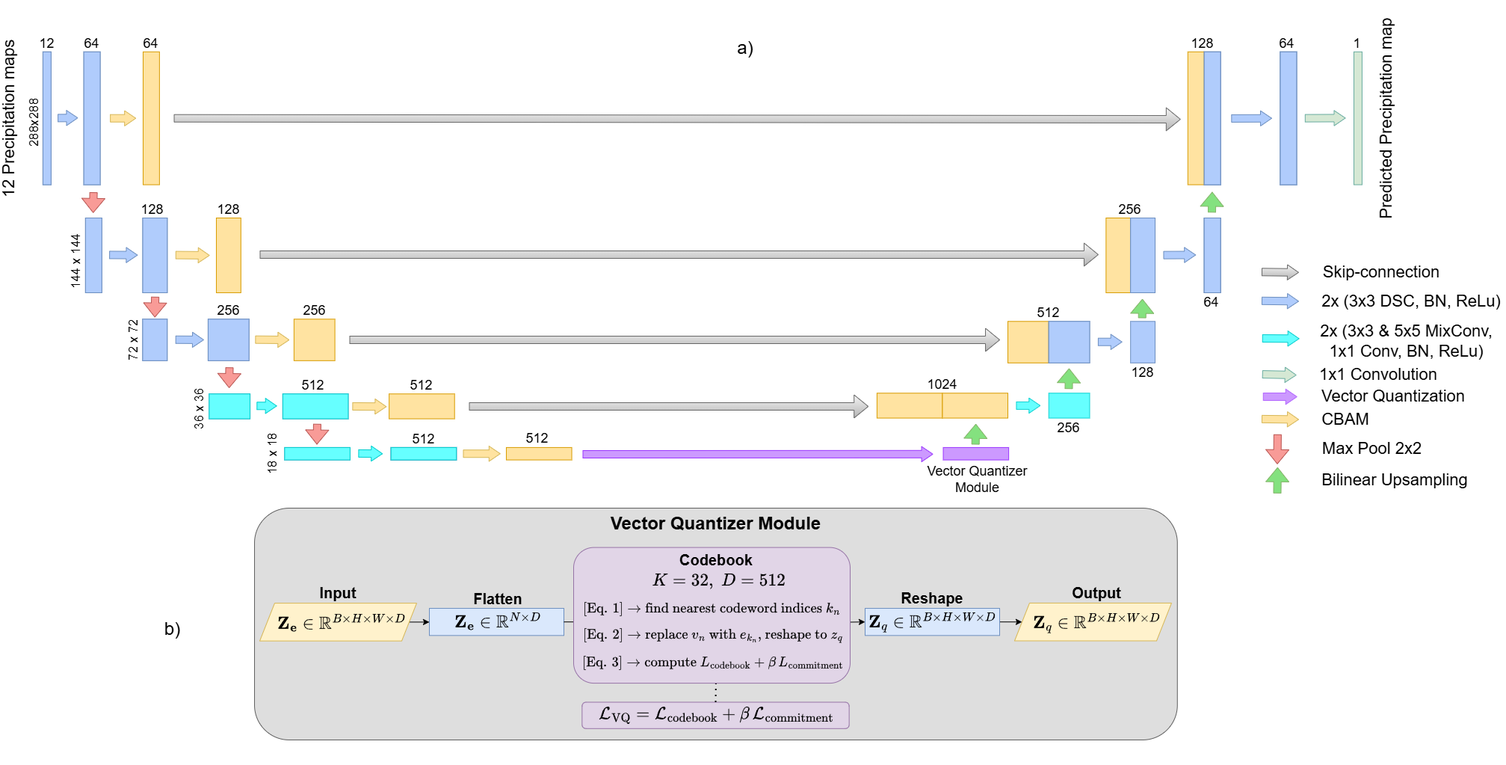
Before: SMiQ-UNet/Images/SMiQ-UNet-v5-white.png, a diagram exported from draw.io (nstavr04/MasterThesisSnellius). Source tidied: cells renumbered, new cells last; positions are measured from the earlier drawing's top-left corner, leaving out a move shared by most shapes.
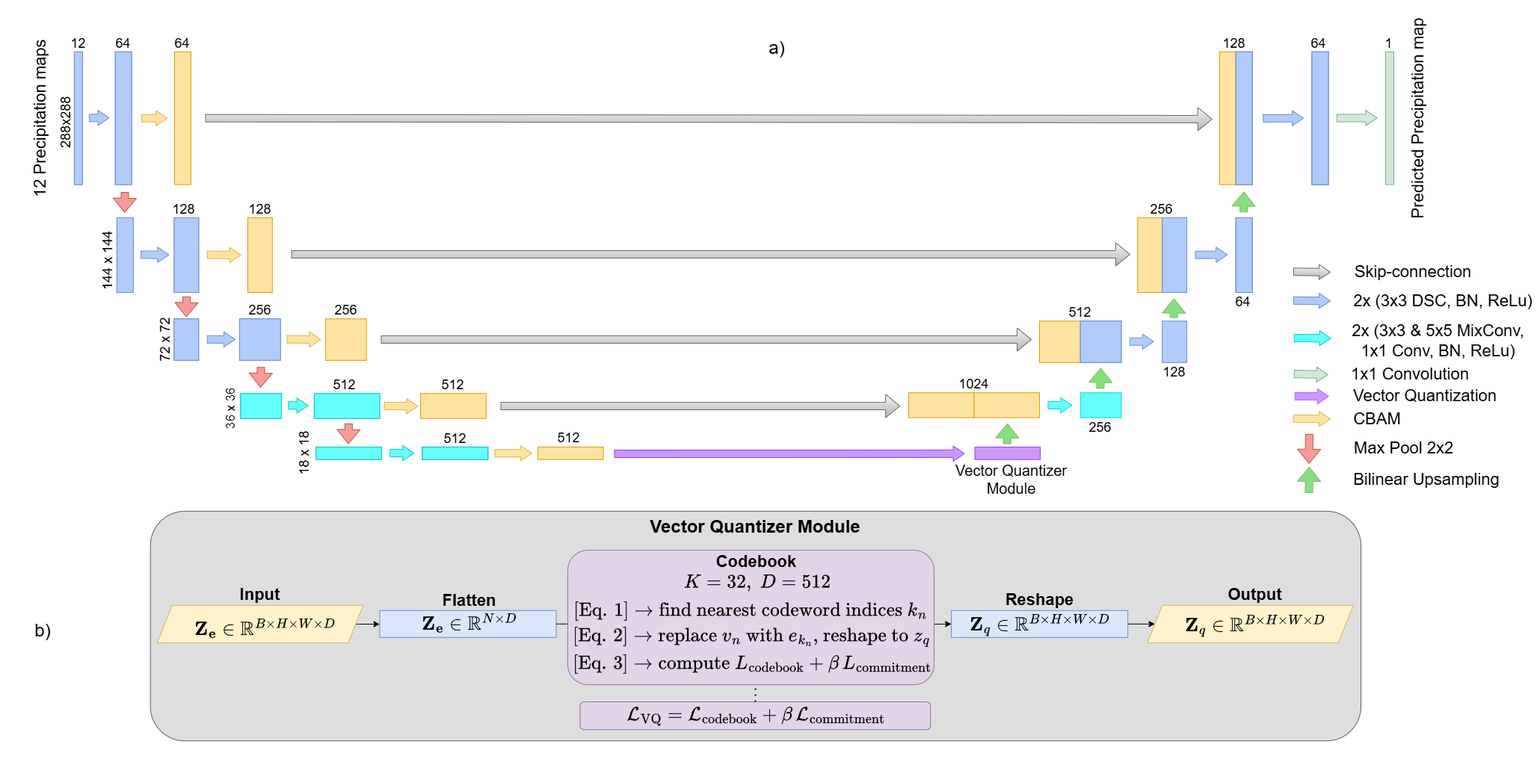
Above is the later version.

The edit, as a diff of the source:
```diff
@@ -43,6 +43,6 @@
     </mxCell>
-    <mxCell id="15" value="&lt;font style=&quot;font-size: 17px;&quot;&gt;144 x 144&lt;/font&gt;" style="text;html=1;strokeColor=none;fillColor=none;align=center;verticalAlign=middle;whiteSpace=wrap;rounded=0;rotation=-90;fontSize=15;" parent="2" vertex="1">
+    <mxCell id="15" value="&lt;font style=&quot;font-size: 18px;&quot;&gt;144 x 144&lt;/font&gt;" style="text;html=1;strokeColor=none;fillColor=none;align=center;verticalAlign=middle;whiteSpace=wrap;rounded=0;rotation=-90;fontSize=15;" parent="2" vertex="1">
       <mxGeometry x="59.3" y="329.6" width="87.6" height="11.1" as="geometry" />
     </mxCell>
-    <mxCell id="16" value="&lt;font style=&quot;font-size: 17px;&quot;&gt;72 x 72&lt;/font&gt;" style="text;html=1;strokeColor=none;fillColor=none;align=center;verticalAlign=middle;whiteSpace=wrap;rounded=0;rotation=-90;fontSize=15;" parent="2" vertex="1">
+    <mxCell id="16" value="&lt;font style=&quot;font-size: 18px;&quot;&gt;72 x 72&lt;/font&gt;" style="text;html=1;strokeColor=none;fillColor=none;align=center;verticalAlign=middle;whiteSpace=wrap;rounded=0;rotation=-90;fontSize=15;" parent="2" vertex="1">
       <mxGeometry x="135.9" y="435.6" width="87.6" height="11.1" as="geometry" />
@@ -52,3 +52,3 @@
     </mxCell>
-    <mxCell id="18" value="&lt;font style=&quot;font-size: 17px;&quot;&gt;18 x 18&lt;/font&gt;" style="text;html=1;strokeColor=none;fillColor=none;align=center;verticalAlign=middle;whiteSpace=wrap;rounded=0;rotation=-90;fontSize=15;" parent="2" vertex="1">
+    <mxCell id="18" value="&lt;font style=&quot;font-size: 18px;&quot;&gt;18 x 18&lt;/font&gt;" style="text;html=1;strokeColor=none;fillColor=none;align=center;verticalAlign=middle;whiteSpace=wrap;rounded=0;rotation=-90;fontSize=15;" parent="2" vertex="1">
       <mxGeometry x="322" y="587.5" width="87.6" height="11.1" as="geometry" />
@@ -280,4 +280,4 @@
     </mxCell>
-    <mxCell id="73" value="&lt;font style=&quot;font-size: 18px;&quot;&gt;Vector Quantizer Module&lt;/font&gt;" style="text;html=1;strokeColor=none;fillColor=none;align=center;verticalAlign=middle;whiteSpace=wrap;rounded=0;fontSize=16;" parent="2" vertex="1">
-      <mxGeometry x="1239" y="622.5" width="137.2" height="11.1" as="geometry" />
+    <mxCell id="73" value="&lt;font style=&quot;font-size: 20px;&quot;&gt;Vector Quantizer Module&lt;/font&gt;" style="text;html=1;strokeColor=none;fillColor=none;align=center;verticalAlign=middle;whiteSpace=wrap;rounded=0;fontSize=16;" parent="2" vertex="1">
+      <mxGeometry x="1230" y="622.5" width="161" height="11.1" as="geometry" />
     </mxCell>
@@ -292,3 +292,3 @@
     </mxCell>
-    <mxCell id="77" value="&lt;font style=&quot;font-size: 17px;&quot;&gt;288x288&lt;/font&gt;" style="text;html=1;strokeColor=none;fillColor=none;align=center;verticalAlign=middle;whiteSpace=wrap;rounded=0;rotation=-90;fontSize=15;strokeWidth=1;" parent="2" vertex="1">
+    <mxCell id="77" value="&lt;font style=&quot;font-size: 18px;&quot;&gt;288x288&lt;/font&gt;" style="text;html=1;strokeColor=none;fillColor=none;align=center;verticalAlign=middle;whiteSpace=wrap;rounded=0;rotation=-90;fontSize=15;strokeWidth=1;" parent="2" vertex="1">
       <mxGeometry x="2.4" y="144.5" width="87.6" height="11.1" as="geometry" />
@@ -485,15 +485,15 @@
     <mxCell id="126" style="group;" parent="1" vertex="1">
-      <mxGeometry x="334" y="646" width="1387.8" height="363" as="geometry" />
+      <mxGeometry x="114" y="646" width="1820" height="360" as="geometry" />
     </mxCell>
     <mxCell id="127" value="&lt;font style=&quot;font-size: 24px;&quot;&gt;b)&lt;/font&gt;" style="text;html=1;align=center;verticalAlign=middle;whiteSpace=wrap;rounded=0;" parent="126" vertex="1">
-      <mxGeometry y="156.7" width="87.2" height="49.5" as="geometry" />
+      <mxGeometry x="-9" y="160.5" width="114.3" height="49.1" as="geometry" />
     </mxCell>
     <mxCell id="128" style="rounded=1;whiteSpace=wrap;html=1;fillColor=light-dark(#dedede, #FF3333);strokeColor=light-dark(#5e5e5e, #eb8585);" parent="126" vertex="1">
-      <mxGeometry x="153" y="20" width="1234.7" height="310" as="geometry" />
+      <mxGeometry x="191.7" y="24.8" width="1619.3" height="307.4" as="geometry" />
     </mxCell>
     <mxCell id="129" value="&lt;span style=&quot;font-size: 24px;&quot;&gt;&lt;b&gt;Vector Quantizer Module&lt;/b&gt;&lt;/span&gt;" style="text;html=1;strokeColor=none;fillColor=none;align=center;verticalAlign=middle;whiteSpace=wrap;rounded=0;fontSize=16;" parent="126" vertex="1">
-      <mxGeometry x="588.8" y="23" width="363.2" height="35.8" as="geometry" />
+      <mxGeometry x="763.2" y="27.8" width="476.3" height="35.5" as="geometry" />
     </mxCell>
     <mxCell id="130" value="&lt;div&gt;&lt;br&gt;&lt;/div&gt;" style="rounded=1;whiteSpace=wrap;html=1;fillColor=#e1d5e7;strokeColor=#9673a6;" parent="126" vertex="1">
-      <mxGeometry x="591.3" y="279.5" width="357.3" height="35.3" as="geometry" />
+      <mxGeometry x="766.5" y="280" width="468.6" height="37.2" as="geometry" />
     </mxCell>
@@ -501,3 +501,3 @@
       <mxGeometry relative="1" as="geometry">
-        <mxPoint x="770.4" y="250.7" as="targetPoint" />
+        <mxPoint x="1001.4" y="253.6" as="targetPoint" />
       </mxGeometry>
@@ -508,24 +508,24 @@
     <mxCell id="133" value="&lt;div&gt;&lt;div&gt;&lt;br&gt;&lt;/div&gt;&lt;/div&gt;" style="shape=parallelogram;perimeter=parallelogramPerimeter;whiteSpace=wrap;html=1;fixedSize=1;fillColor=#fff2cc;strokeColor=#d6b656;" parent="126" vertex="1">
-      <mxGeometry x="160" y="147.1" width="210" height="50.5" as="geometry" />
+      <mxGeometry x="200.8" y="150.9" width="275.4" height="50.1" as="geometry" />
     </mxCell>
-    <mxCell id="134" value="&lt;b style=&quot;font-size: 20px;&quot;&gt;Input&lt;/b&gt;" style="text;html=1;align=center;verticalAlign=middle;whiteSpace=wrap;rounded=0;" parent="126" vertex="1">
-      <mxGeometry x="235" y="118.4" width="60" height="28.7" as="geometry" />
+    <mxCell id="134" value="&lt;b style=&quot;&quot;&gt;&lt;font style=&quot;font-size: 22px;&quot;&gt;Input&lt;/font&gt;&lt;/b&gt;" style="text;html=1;align=center;verticalAlign=middle;whiteSpace=wrap;rounded=0;" parent="126" vertex="1">
+      <mxGeometry x="299.2" y="122.5" width="78.7" height="28.4" as="geometry" />
     </mxCell>
-    <mxCell id="135" value="&lt;b style=&quot;font-size: 20px;&quot;&gt;Flatten&lt;/b&gt;" style="text;html=1;align=center;verticalAlign=middle;whiteSpace=wrap;rounded=0;" parent="126" vertex="1">
-      <mxGeometry x="448.5" y="126.4" width="60" height="28.7" as="geometry" />
+    <mxCell id="135" value="&lt;b style=&quot;&quot;&gt;&lt;font style=&quot;font-size: 22px;&quot;&gt;Flatten&lt;/font&gt;&lt;/b&gt;" style="text;html=1;align=center;verticalAlign=middle;whiteSpace=wrap;rounded=0;" parent="126" vertex="1">
+      <mxGeometry x="579.2" y="130.4" width="78.7" height="28.4" as="geometry" />
     </mxCell>
-    <mxCell id="136" value="&lt;br&gt;&lt;div&gt;&lt;div&gt;&lt;span style=&quot;font-size: 20px;&quot;&gt;\(\mathbf{Z_e}\in\mathbb{R}^{B\times H\times W\times D}\)&lt;/span&gt;&lt;/div&gt;&lt;div&gt;&lt;br&gt;&lt;/div&gt;&lt;/div&gt;" style="text;html=1;align=center;verticalAlign=middle;whiteSpace=wrap;rounded=0;" parent="126" vertex="1">
-      <mxGeometry x="240" y="160.2" width="60" height="27.2" as="geometry" />
+    <mxCell id="136" value="&lt;font style=&quot;font-size: 22px;&quot;&gt;&lt;br&gt;&lt;/font&gt;&lt;div&gt;&lt;div&gt;&lt;font style=&quot;font-size: 22px;&quot;&gt;\(\mathbf{Z_e}\in\mathbb{R}^{B\times H\times W\times D}\)&lt;/font&gt;&lt;/div&gt;&lt;div&gt;&lt;br&gt;&lt;/div&gt;&lt;/div&gt;" style="text;html=1;align=center;verticalAlign=middle;whiteSpace=wrap;rounded=0;" parent="126" vertex="1">
+      <mxGeometry x="305.7" y="163.9" width="78.7" height="27" as="geometry" />
     </mxCell>
-    <mxCell id="137" value="&lt;b style=&quot;font-size: 20px;&quot;&gt;Reshape&lt;/b&gt;" style="text;html=1;align=center;verticalAlign=middle;whiteSpace=wrap;rounded=0;" parent="126" vertex="1">
-      <mxGeometry x="1030" y="125.4" width="60" height="28.7" as="geometry" />
+    <mxCell id="137" value="&lt;b style=&quot;&quot;&gt;&lt;font style=&quot;font-size: 22px;&quot;&gt;Reshape&lt;/font&gt;&lt;/b&gt;" style="text;html=1;align=center;verticalAlign=middle;whiteSpace=wrap;rounded=0;" parent="126" vertex="1">
+      <mxGeometry x="1341.8" y="129.3" width="78.7" height="28.4" as="geometry" />
     </mxCell>
-    <mxCell id="138" value="&lt;b style=&quot;font-size: 20px;&quot;&gt;Output&lt;/b&gt;" style="text;html=1;align=center;verticalAlign=middle;whiteSpace=wrap;rounded=0;" parent="126" vertex="1">
-      <mxGeometry x="1250" y="118.4" width="60" height="28.7" as="geometry" />
+    <mxCell id="138" value="&lt;b style=&quot;&quot;&gt;&lt;font style=&quot;font-size: 22px;&quot;&gt;Output&lt;/font&gt;&lt;/b&gt;" style="text;html=1;align=center;verticalAlign=middle;whiteSpace=wrap;rounded=0;" parent="126" vertex="1">
+      <mxGeometry x="1630.3" y="122.5" width="78.7" height="28.4" as="geometry" />
     </mxCell>
     <mxCell id="139" value="&lt;div&gt;&lt;div&gt;&lt;br&gt;&lt;/div&gt;&lt;/div&gt;" style="shape=parallelogram;perimeter=parallelogramPerimeter;whiteSpace=wrap;html=1;fixedSize=1;fillColor=#fff2cc;strokeColor=#d6b656;" parent="126" vertex="1">
-      <mxGeometry x="1170" y="147" width="210" height="50.5" as="geometry" />
+      <mxGeometry x="1525.4" y="150.7" width="275.4" height="50.1" as="geometry" />
     </mxCell>
-    <mxCell id="140" value="&lt;div&gt;&lt;font style=&quot;font-size: 20px;&quot;&gt;\(\mathbf{Z}_q\in\mathbb{R}^{B\times H\times W\times D}\)&lt;/font&gt;&lt;/div&gt;&lt;div&gt;&lt;br&gt;&lt;/div&gt;" style="text;html=1;align=center;verticalAlign=middle;whiteSpace=wrap;rounded=0;" parent="126" vertex="1">
-      <mxGeometry x="1250" y="167.5" width="60" height="27.2" as="geometry" />
+    <mxCell id="140" value="&lt;div&gt;&lt;font style=&quot;font-size: 22px;&quot;&gt;\(\mathbf{Z}_q\in\mathbb{R}^{B\times H\times W\times D}\)&lt;/font&gt;&lt;/div&gt;&lt;div&gt;&lt;br&gt;&lt;/div&gt;" style="text;html=1;align=center;verticalAlign=middle;whiteSpace=wrap;rounded=0;" parent="126" vertex="1">
+      <mxGeometry x="1630.3" y="171.1" width="78.7" height="27" as="geometry" />
     </mxCell>
@@ -535,12 +535,12 @@
     <mxCell id="142" value="&lt;div&gt;&lt;br&gt;&lt;/div&gt;" style="rounded=0;whiteSpace=wrap;html=1;fillColor=#dae8fc;strokeColor=#6c8ebf;" parent="126" vertex="1">
-      <mxGeometry x="970" y="154" width="180" height="36.3" as="geometry" />
+      <mxGeometry x="1263.1" y="157.8" width="236.1" height="36" as="geometry" />
     </mxCell>
-    <mxCell id="143" value="&lt;div&gt;&lt;div&gt;&lt;font style=&quot;font-size: 20px;&quot;&gt;\(\mathbf{Z}_q\in\mathbb{R}^{B\times H\times W\times D}\)&lt;/font&gt;&lt;/div&gt;&lt;div&gt;&lt;br&gt;&lt;/div&gt;&lt;/div&gt;" style="text;html=1;align=center;verticalAlign=middle;whiteSpace=wrap;rounded=0;" parent="126" vertex="1">
-      <mxGeometry x="1030" y="165.9" width="60" height="27.2" as="geometry" />
+    <mxCell id="143" value="&lt;div&gt;&lt;div&gt;&lt;font style=&quot;font-size: 22px;&quot;&gt;\(\mathbf{Z}_q\in\mathbb{R}^{B\times H\times W\times D}\)&lt;/font&gt;&lt;/div&gt;&lt;div&gt;&lt;br&gt;&lt;/div&gt;&lt;/div&gt;" style="text;html=1;align=center;verticalAlign=middle;whiteSpace=wrap;rounded=0;" parent="126" vertex="1">
+      <mxGeometry x="1341.8" y="170.5" width="78.7" height="27" as="geometry" />
     </mxCell>
     <mxCell id="144" value="&lt;div&gt;&lt;br&gt;&lt;/div&gt;" style="rounded=0;whiteSpace=wrap;html=1;fillColor=#dae8fc;strokeColor=#6c8ebf;" parent="126" vertex="1">
-      <mxGeometry x="387" y="154" width="180" height="36.3" as="geometry" />
+      <mxGeometry x="498.5" y="157.8" width="236.1" height="36" as="geometry" />
     </mxCell>
-    <mxCell id="145" value="&lt;div&gt;&lt;b style=&quot;&quot;&gt;&lt;font style=&quot;font-size: 20px;&quot;&gt;\(\mathbf{Z_e}\in\mathbb{R}^{N\times D}\)&lt;/font&gt;&lt;/b&gt;&lt;/div&gt;&lt;div&gt;&lt;br&gt;&lt;/div&gt;" style="text;html=1;align=center;verticalAlign=middle;whiteSpace=wrap;rounded=0;" parent="126" vertex="1">
-      <mxGeometry x="448.5" y="170.5" width="60" height="16.2" as="geometry" />
+    <mxCell id="145" value="&lt;div&gt;&lt;b style=&quot;&quot;&gt;&lt;font style=&quot;font-size: 22px;&quot;&gt;\(\mathbf{Z_e}\in\mathbb{R}^{N\times D}\)&lt;/font&gt;&lt;/b&gt;&lt;/div&gt;&lt;div&gt;&lt;br&gt;&lt;/div&gt;" style="text;html=1;align=center;verticalAlign=middle;whiteSpace=wrap;rounded=0;" parent="126" vertex="1">
+      <mxGeometry x="579.2" y="175.1" width="78.7" height="16" as="geometry" />
     </mxCell>
@@ -548,3 +548,3 @@
       <mxGeometry relative="1" as="geometry">
-        <mxPoint x="643" y="172.2" as="targetPoint" />
+        <mxPoint x="834.3" y="175.8" as="targetPoint" />
       </mxGeometry>
@@ -553,25 +553,25 @@
       <mxGeometry relative="1" as="geometry">
-        <mxPoint x="897.8" y="172.2" as="sourcePoint" />
+        <mxPoint x="1168.4" y="175.8" as="sourcePoint" />
       </mxGeometry>
     </mxCell>
-    <mxCell id="148" value="&lt;div&gt;&lt;span style=&quot;font-size: 20px;&quot;&gt;&lt;b&gt;\(\mathcal{L}_\mathrm{VQ} = \mathcal{L}_\mathrm{codebook} + \beta\,\mathcal{L}_\mathrm{commitment}\)&lt;/b&gt;&lt;/span&gt;&lt;/div&gt;&lt;div&gt;&lt;br&gt;&lt;/div&gt;" style="text;html=1;align=center;verticalAlign=middle;whiteSpace=wrap;rounded=0;" parent="126" vertex="1">
-      <mxGeometry x="741" y="289.4" width="60" height="27.2" as="geometry" />
+    <mxCell id="148" value="&lt;div&gt;&lt;b style=&quot;&quot;&gt;&lt;font style=&quot;font-size: 22px;&quot;&gt;\(\mathcal{L}_\mathrm{VQ} = \mathcal{L}_\mathrm{codebook} + \beta\,\mathcal{L}_\mathrm{commitment}\)&lt;/font&gt;&lt;/b&gt;&lt;/div&gt;&lt;div&gt;&lt;br&gt;&lt;/div&gt;" style="text;html=1;align=center;verticalAlign=middle;whiteSpace=wrap;rounded=0;" parent="126" vertex="1">
+      <mxGeometry x="962.8" y="292" width="78.7" height="27" as="geometry" />
     </mxCell>
     <mxCell id="149" value="&lt;div&gt;&lt;div&gt;&lt;br&gt;&lt;/div&gt;&lt;/div&gt;" style="rounded=1;whiteSpace=wrap;html=1;fillColor=#e1d5e7;strokeColor=#9673a6;" parent="126" vertex="1">
-      <mxGeometry x="580" y="72.6" width="370" height="181.5" as="geometry" />
+      <mxGeometry x="750" y="77" width="490" height="180" as="geometry" />
     </mxCell>
-    <mxCell id="150" value="&lt;div&gt;&lt;font style=&quot;font-size: 16px;&quot;&gt;\( [\mathrm{Eq.\,1}] \rightarrow \text{find nearest codeword indices }k_n \)&lt;/font&gt;&lt;/div&gt;" style="text;html=1;align=center;verticalAlign=middle;whiteSpace=wrap;rounded=0;" parent="126" vertex="1">
-      <mxGeometry x="692" y="132.5" width="146" height="42.7" as="geometry" />
+    <mxCell id="150" value="&lt;div&gt;&lt;font style=&quot;font-size: 22px;&quot;&gt;\( [\mathrm{Eq.\,1}] \rightarrow \text{find nearest codeword indices }k_n \)&lt;/font&gt;&lt;/div&gt;" style="text;html=1;align=center;verticalAlign=middle;whiteSpace=wrap;rounded=0;" parent="126" vertex="1">
+      <mxGeometry x="898.5" y="136.4" width="191.5" height="42.3" as="geometry" />
     </mxCell>
-    <mxCell id="151" value="&lt;font style=&quot;font-size: 16px;&quot;&gt;\( [\mathrm{Eq.\,2}] \rightarrow \text{replace }v_n\text{ with }e_{k_n}\text{, reshape to }z_q \)&amp;nbsp;&amp;nbsp;&lt;/font&gt;" style="text;html=1;align=center;verticalAlign=middle;whiteSpace=wrap;rounded=0;" parent="126" vertex="1">
-      <mxGeometry x="647" y="185.9" width="240" height="27.2" as="geometry" />
+    <mxCell id="151" value="&lt;font style=&quot;font-size: 22px;&quot;&gt;\( [\mathrm{Eq.\,2}] \rightarrow \text{replace }v_n\text{ with }e_{k_n}\text{, reshape to }z_q \)&amp;nbsp;&amp;nbsp;&lt;/font&gt;" style="text;html=1;align=center;verticalAlign=middle;whiteSpace=wrap;rounded=0;" parent="126" vertex="1">
+      <mxGeometry x="838.5" y="192.3" width="314.7" height="27" as="geometry" />
     </mxCell>
-    <mxCell id="152" value="&lt;font style=&quot;font-size: 16px;&quot;&gt;\( [\mathrm{Eq.\,3}] \rightarrow \text{compute }L_{\mathrm{codebook}} + \beta\,L_{\mathrm{commitment}} \)&lt;/font&gt;" style="text;html=1;align=center;verticalAlign=middle;whiteSpace=wrap;rounded=0;" parent="126" vertex="1">
-      <mxGeometry x="654" y="212.6" width="226" height="27.2" as="geometry" />
+    <mxCell id="152" value="&lt;font style=&quot;font-size: 22px;&quot;&gt;\( [\mathrm{Eq.\,3}] \rightarrow \text{compute }L_{\mathrm{codebook}} + \beta\,L_{\mathrm{commitment}} \)&lt;/font&gt;" style="text;html=1;align=center;verticalAlign=middle;whiteSpace=wrap;rounded=0;" parent="126" vertex="1">
+      <mxGeometry x="848.7" y="215.8" width="296.4" height="27" as="geometry" />
     </mxCell>
-    <mxCell id="153" value="&lt;b style=&quot;font-size: 20px;&quot;&gt;Codebook&lt;/b&gt;" style="text;html=1;align=center;verticalAlign=middle;whiteSpace=wrap;rounded=0;" parent="126" vertex="1">
-      <mxGeometry x="741" y="74.4" width="60" height="28.7" as="geometry" />
+    <mxCell id="153" value="&lt;b style=&quot;&quot;&gt;&lt;font style=&quot;font-size: 22px;&quot;&gt;Codebook&lt;/font&gt;&lt;/b&gt;" style="text;html=1;align=center;verticalAlign=middle;whiteSpace=wrap;rounded=0;" parent="126" vertex="1">
+      <mxGeometry x="962.8" y="78.8" width="78.7" height="28.4" as="geometry" />
     </mxCell>
-    <mxCell id="154" value="&lt;div&gt;&lt;font style=&quot;font-size: 20px;&quot;&gt;\(\quad K=32,\;D=512\)&lt;/font&gt;&lt;/div&gt;&lt;div&gt;&lt;br&gt;&lt;/div&gt;" style="text;html=1;align=center;verticalAlign=middle;whiteSpace=wrap;rounded=0;" parent="126" vertex="1">
-      <mxGeometry x="703" y="104.6" width="120" height="38.8" as="geometry" />
+    <mxCell id="154" value="&lt;div&gt;&lt;font style=&quot;font-size: 22px;&quot;&gt;\(\quad K=32,\;D=512\)&lt;/font&gt;&lt;/div&gt;&lt;div&gt;&lt;br&gt;&lt;/div&gt;" style="text;html=1;align=center;verticalAlign=middle;whiteSpace=wrap;rounded=0;" parent="126" vertex="1">
+      <mxGeometry x="912.9" y="108.8" width="157.4" height="38.5" as="geometry" />
     </mxCell>
```
